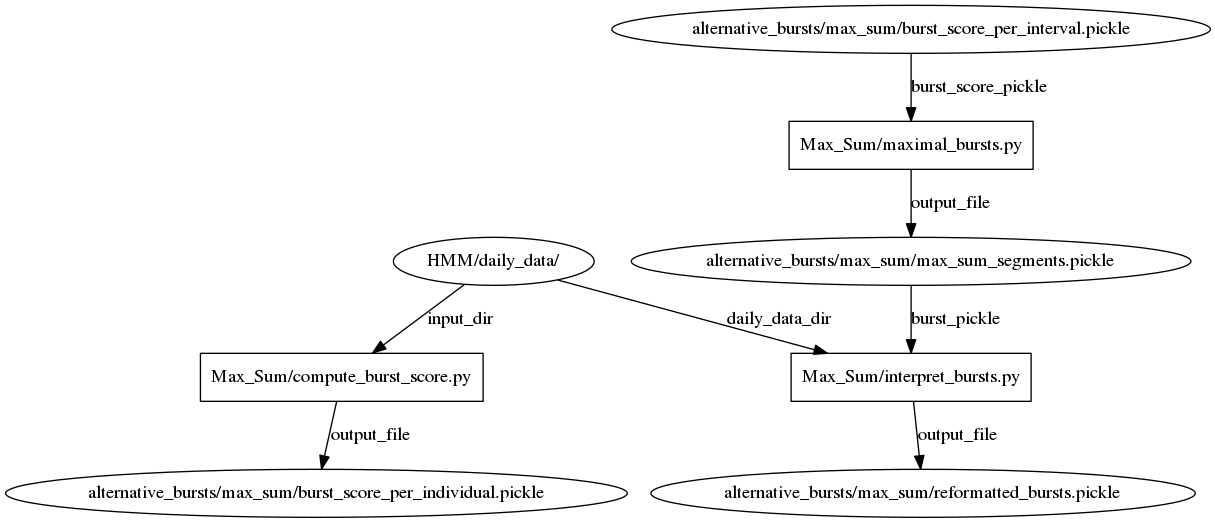
Above: Segmentation_Models/dataflow_ms.png in samridhishree/Github_Productivity (Graphviz), before the change. Its source is kept beside it as Segmentation_Models/dataflow_ms.dot. Source of this version:
```dot
DiGraph coordination_software {
    edge [labelfontsize=10.0];
    node [labelfontsize=14.0];

    "Max_Sum/compute_burst_score.py" [shape=box];
    "Max_Sum/interpret_bursts.py" [shape=box];
    "Max_Sum/maximal_bursts.py" [shape=box];

    #  === FILES

    "HMM/daily_data/" -> "Max_Sum/compute_burst_score.py" [label="input_dir"];
    "Max_Sum/compute_burst_score.py" -> "alternative_bursts/max_sum/burst_score_per_individual.pickle" [label="output_file"];

    "alternative_bursts/max_sum/max_sum_segments.pickle" -> "Max_Sum/interpret_bursts.py" [label="burst_pickle"];
    "HMM/daily_data/" -> "Max_Sum/interpret_bursts.py" [label="daily_data_dir"];
    "Max_Sum/interpret_bursts.py" -> "alternative_bursts/max_sum/reformatted_bursts.pickle" [label="output_file"];

    "alternative_bursts/max_sum/burst_score_per_interval.pickle" -> "Max_Sum/maximal_bursts.py" [label="burst_score_pickle"];
    "Max_Sum/maximal_bursts.py" -> "alternative_bursts/max_sum/max_sum_segments.pickle" [label="output_file"];


}
```
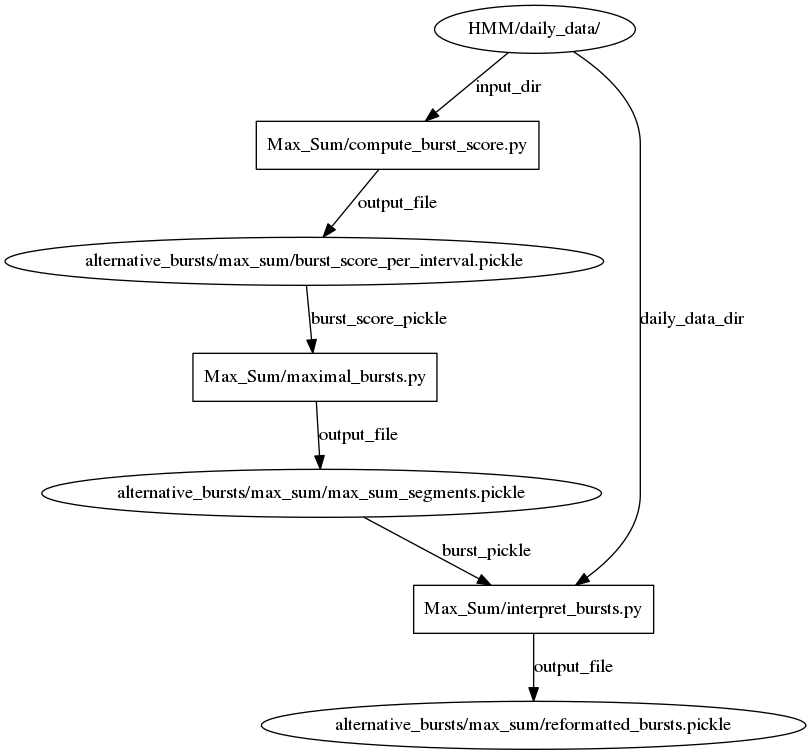
After the change.

Commit message:
Fix max seg dataflow diagram

The edit, as a diff of the source:
```diff
@@ -9,7 +9,7 @@
     #  === FILES
 
     "HMM/daily_data/" -> "Max_Sum/compute_burst_score.py" [label="input_dir"];
-    "Max_Sum/compute_burst_score.py" -> "alternative_bursts/max_sum/burst_score_per_individual.pickle" [label="output_file"];
+    "Max_Sum/compute_burst_score.py" -> "alternative_bursts/max_sum/burst_score_per_interval.pickle" [label="output_file"];
 
     "alternative_bursts/max_sum/max_sum_segments.pickle" -> "Max_Sum/interpret_bursts.py" [label="burst_pickle"];
     "HMM/daily_data/" -> "Max_Sum/interpret_bursts.py" [label="daily_data_dir"];
```
